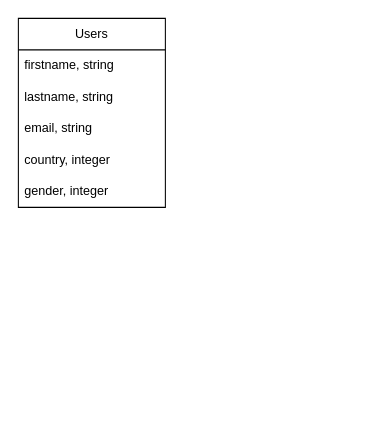
Earlier version of the draw.io diagram Untitled Diagram.drawio (Ahmadrameen/Ahmadrameen). Source tidied: cells renumbered, new cells numbered last; positions are measured from the earlier drawing's top-left corner, leaving out a move shared by most shapes. Both pictures are drawn from the tidied source at 105%, with x=0, y=0 at pixel (18, 18).
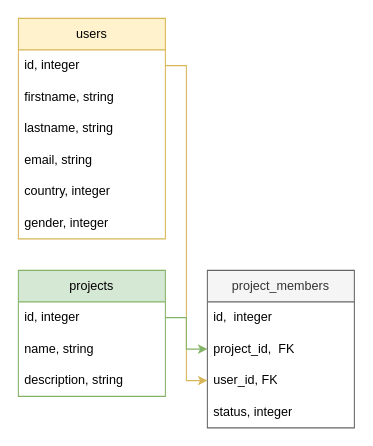
After the change.

Diff of the diagram source:
```diff
@@
 <mxGraphModel>
   <root>
     <mxCell id="0" />
     <mxCell id="1" parent="0" />
-    <mxCell id="2" value="Users" style="swimlane;fontStyle=0;horizontal=1;startSize=30;whiteSpace=wrap;html=1;" parent="1" vertex="1">
-      <mxGeometry width="140" height="180" as="geometry" />
+    <mxCell id="2" value="users" style="swimlane;fontStyle=0;horizontal=1;startSize=30;whiteSpace=wrap;html=1;fillColor=#fff2cc;strokeColor=#d6b656;" parent="1" vertex="1">
+      <mxGeometry width="140" height="210" as="geometry" />
     </mxCell>
+    <mxCell id="8" value="id, integer" style="text;strokeColor=none;fillColor=none;align=left;verticalAlign=middle;spacingLeft=4;spacingRight=4;overflow=hidden;points=[[0,0.5],[1,0.5]];portConstraint=eastwest;whiteSpace=wrap;html=1;" parent="2" vertex="1">
+      <mxGeometry y="30" width="140" height="30" as="geometry" />
+    </mxCell>
     <mxCell id="3" value="firstname, string" style="text;strokeColor=none;fillColor=none;align=left;verticalAlign=middle;spacingLeft=4;spacingRight=4;overflow=hidden;whiteSpace=wrap;html=1;" parent="2" vertex="1">
-      <mxGeometry y="30" width="140" height="30" as="geometry" />
+      <mxGeometry y="60" width="140" height="30" as="geometry" />
     </mxCell>
     <mxCell id="4" value="lastname, string" style="text;strokeColor=none;fillColor=none;align=left;verticalAlign=middle;spacingLeft=4;spacingRight=4;overflow=hidden;whiteSpace=wrap;html=1;" parent="2" vertex="1">
-      <mxGeometry y="60" width="140" height="30" as="geometry" />
+      <mxGeometry y="90" width="140" height="30" as="geometry" />
     </mxCell>
     <mxCell id="5" value="email, string" style="text;strokeColor=none;fillColor=none;align=left;verticalAlign=middle;spacingLeft=4;spacingRight=4;overflow=hidden;whiteSpace=wrap;html=1;" parent="2" vertex="1">
-      <mxGeometry y="90" width="140" height="30" as="geometry" />
+      <mxGeometry y="120" width="140" height="30" as="geometry" />
     </mxCell>
     <mxCell id="6" value="country, integer" style="text;strokeColor=none;fillColor=none;align=left;verticalAlign=middle;spacingLeft=4;spacingRight=4;overflow=hidden;whiteSpace=wrap;html=1;" parent="2" vertex="1">
-      <mxGeometry y="120" width="140" height="30" as="geometry" />
+      <mxGeometry y="150" width="140" height="30" as="geometry" />
     </mxCell>
     <mxCell id="7" value="gender, integer" style="text;strokeColor=none;fillColor=none;align=left;verticalAlign=middle;spacingLeft=4;spacingRight=4;overflow=hidden;whiteSpace=wrap;html=1;" parent="2" vertex="1">
-      <mxGeometry y="150" width="140" height="30" as="geometry" />
+      <mxGeometry y="180" width="140" height="30" as="geometry" />
     </mxCell>
+    <mxCell id="9" value="projects" style="swimlane;fontStyle=0;horizontal=1;startSize=30;whiteSpace=wrap;html=1;fillColor=#d5e8d4;strokeColor=#82b366;" parent="1" vertex="1">
+      <mxGeometry y="240" width="140" height="120" as="geometry" />
+    </mxCell>
+    <mxCell id="10" value="id, integer" style="text;strokeColor=none;fillColor=none;align=left;verticalAlign=middle;spacingLeft=4;spacingRight=4;overflow=hidden;points=[[0,0.5],[1,0.5]];portConstraint=eastwest;whiteSpace=wrap;html=1;" parent="9" vertex="1">
+      <mxGeometry y="30" width="140" height="30" as="geometry" />
+    </mxCell>
+    <mxCell id="11" value="name, string" style="text;strokeColor=none;fillColor=none;align=left;verticalAlign=middle;spacingLeft=4;spacingRight=4;overflow=hidden;whiteSpace=wrap;html=1;" parent="9" vertex="1">
+      <mxGeometry y="60" width="140" height="30" as="geometry" />
+    </mxCell>
+    <mxCell id="12" value="description, string" style="text;strokeColor=none;fillColor=none;align=left;verticalAlign=middle;spacingLeft=4;spacingRight=4;overflow=hidden;whiteSpace=wrap;html=1;" parent="9" vertex="1">
+      <mxGeometry y="90" width="140" height="30" as="geometry" />
+    </mxCell>
+    <mxCell id="13" value="project_members" style="swimlane;fontStyle=0;horizontal=1;startSize=30;whiteSpace=wrap;html=1;fillColor=#f5f5f5;fontColor=#333333;strokeColor=#666666;" parent="1" vertex="1">
+      <mxGeometry x="180" y="240" width="140" height="150" as="geometry" />
+    </mxCell>
+    <mxCell id="14" value="id,&amp;nbsp; integer" style="text;strokeColor=none;fillColor=none;align=left;verticalAlign=middle;spacingLeft=4;spacingRight=4;overflow=hidden;whiteSpace=wrap;html=1;" parent="13" vertex="1">
+      <mxGeometry y="30" width="140" height="30" as="geometry" />
+    </mxCell>
+    <mxCell id="15" value="project_id,&amp;nbsp; FK" style="text;strokeColor=none;fillColor=none;align=left;verticalAlign=middle;spacingLeft=4;spacingRight=4;overflow=hidden;points=[[0,0.5],[1,0.5]];portConstraint=eastwest;whiteSpace=wrap;html=1;" parent="13" vertex="1">
+      <mxGeometry y="60" width="140" height="30" as="geometry" />
+    </mxCell>
+    <mxCell id="16" value="user_id, FK" style="text;strokeColor=none;fillColor=none;align=left;verticalAlign=middle;spacingLeft=4;spacingRight=4;overflow=hidden;points=[[0,0.5],[1,0.5]];portConstraint=eastwest;whiteSpace=wrap;html=1;" parent="13" vertex="1">
+      <mxGeometry y="90" width="140" height="30" as="geometry" />
+    </mxCell>
+    <mxCell id="17" value="status, integer" style="text;strokeColor=none;fillColor=none;align=left;verticalAlign=middle;spacingLeft=4;spacingRight=4;overflow=hidden;whiteSpace=wrap;html=1;" parent="13" vertex="1">
+      <mxGeometry y="120" width="140" height="30" as="geometry" />
+    </mxCell>
+    <mxCell id="18" style="edgeStyle=orthogonalEdgeStyle;rounded=0;jettySize=auto;html=1;entryX=0;entryY=0.5;entryDx=0;entryDy=0;exitX=1;exitY=0.5;exitDx=0;exitDy=0;fillColor=#fff2cc;strokeColor=#d6b656;" parent="1" edge="1" source="8" target="16">
+      <mxGeometry relative="1" as="geometry" />
+    </mxCell>
+    <mxCell id="19" style="edgeStyle=orthogonalEdgeStyle;rounded=0;jettySize=auto;html=1;fillColor=#d5e8d4;strokeColor=#82b366;" parent="1" edge="1" source="10" target="15">
+      <mxGeometry relative="1" as="geometry" />
+    </mxCell>
   </root>
 </mxGraphModel>
```
